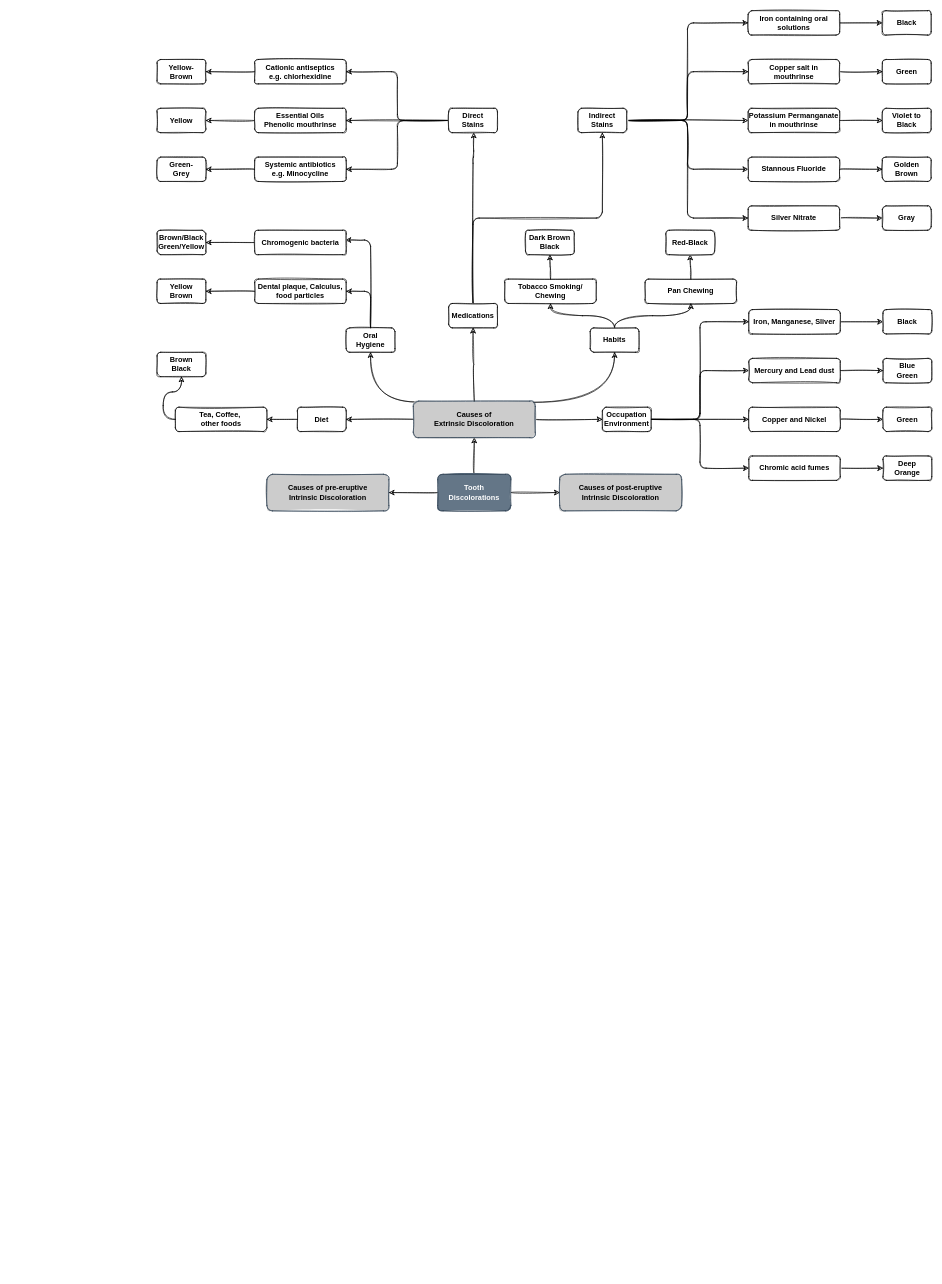
The draw.io diagram page "Etiology" (2 of 2) of Tooth Discolorations.drawio in Muhammad-Nabeel-Sh/Clinical-Decision-Making, before the edit. Source tidied: cells renumbered, new cells numbered last; positions are measured from the earlier drawing's top-left corner, leaving out a move shared by most shapes. Both pictures are drawn from the tidied source at 61%, with x=0, y=0 at pixel (157, 10).
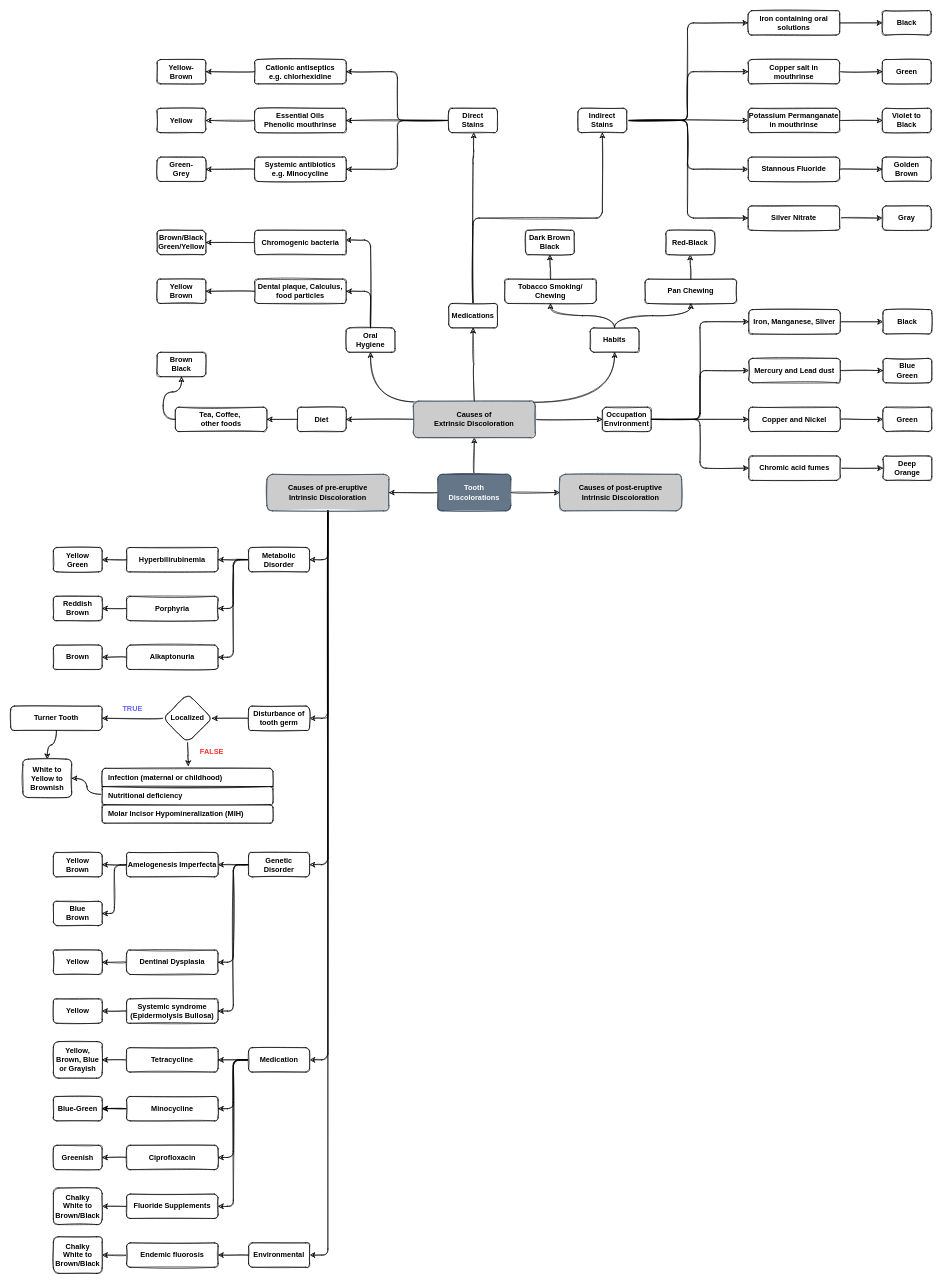
After the change.

Unchanged cells that the change refers to:
```xml
<mxCell id="12" value="Causes of pre-eruptive&lt;br&gt;Intrinsic Discoloration" style="rounded=1;whiteSpace=wrap;html=1;sketch=1;fontSize=12;fontStyle=1;fontFamily=Helvetica;glass=0;fillColor=#CCCCCC;fontColor=#000000;strokeColor=#314354;fillStyle=solid;shadow=0;" parent="1" vertex="1">
  <mxGeometry x="180" y="760" width="200" height="60" as="geometry" />
</mxCell>
```

What changed in the source:
```diff
@@
+    <mxCell id="91" style="edgeStyle=orthogonalEdgeStyle;jettySize=auto;html=1;entryX=1;entryY=0.5;entryDx=0;entryDy=0;rounded=1;sketch=1;" parent="1" edge="1" source="12" target="99">
+      <mxGeometry relative="1" as="geometry" />
+    </mxCell>
+    <mxCell id="92" style="edgeStyle=orthogonalEdgeStyle;sketch=1;jettySize=auto;html=1;entryX=1;entryY=0.5;entryDx=0;entryDy=0;rounded=1;" parent="1" edge="1" source="12" target="110">
+      <mxGeometry relative="1" as="geometry" />
+    </mxCell>
+    <mxCell id="93" style="edgeStyle=orthogonalEdgeStyle;rounded=1;sketch=1;jettySize=auto;html=1;entryX=1;entryY=0.5;entryDx=0;entryDy=0;" parent="1" edge="1" source="12" target="127">
+      <mxGeometry relative="1" as="geometry" />
+    </mxCell>
+    <mxCell id="94" style="edgeStyle=orthogonalEdgeStyle;rounded=1;sketch=1;jettySize=auto;html=1;entryX=1;entryY=0.5;entryDx=0;entryDy=0;" parent="1" edge="1" source="12" target="143">
+      <mxGeometry relative="1" as="geometry" />
+    </mxCell>
+    <mxCell id="95" style="edgeStyle=orthogonalEdgeStyle;rounded=1;sketch=1;jettySize=auto;html=1;entryX=1;entryY=0.5;entryDx=0;entryDy=0;" parent="1" edge="1" source="12" target="158">
+      <mxGeometry relative="1" as="geometry" />
+    </mxCell>
@@
+    <mxCell id="96" style="edgeStyle=orthogonalEdgeStyle;jettySize=auto;html=1;rounded=1;sketch=1;" parent="1" edge="1" source="99" target="101">
+      <mxGeometry relative="1" as="geometry" />
+    </mxCell>
+    <mxCell id="97" style="edgeStyle=orthogonalEdgeStyle;jettySize=auto;html=1;entryX=1;entryY=0.5;entryDx=0;entryDy=0;rounded=1;sketch=1;" parent="1" edge="1" source="99" target="104">
+      <mxGeometry relative="1" as="geometry" />
+    </mxCell>
+    <mxCell id="98" style="edgeStyle=orthogonalEdgeStyle;jettySize=auto;html=1;entryX=1;entryY=0.5;entryDx=0;entryDy=0;rounded=1;sketch=1;" parent="1" edge="1" source="99" target="107">
+      <mxGeometry relative="1" as="geometry" />
+    </mxCell>
+    <mxCell id="99" value="Metabolic Disorder" style="whiteSpace=wrap;html=1;rounded=1;sketch=1;fontStyle=1;" parent="1" vertex="1">
+      <mxGeometry x="150" y="880" width="100" height="40" as="geometry" />
+    </mxCell>
+    <mxCell id="100" style="edgeStyle=orthogonalEdgeStyle;jettySize=auto;html=1;sketch=1;curved=1;" parent="1" edge="1" source="101" target="102">
+      <mxGeometry relative="1" as="geometry" />
+    </mxCell>
+    <mxCell id="101" value="Hyperbilirubinemia" style="whiteSpace=wrap;html=1;rounded=1;sketch=1;fontStyle=1;" parent="1" vertex="1">
+      <mxGeometry x="-50" y="880" width="150" height="40" as="geometry" />
+    </mxCell>
+    <mxCell id="102" value="Yellow&lt;br&gt;Green" style="whiteSpace=wrap;html=1;rounded=1;sketch=1;fontStyle=1;" parent="1" vertex="1">
+      <mxGeometry x="-170" y="880" width="80" height="40" as="geometry" />
+    </mxCell>
+    <mxCell id="103" style="edgeStyle=orthogonalEdgeStyle;jettySize=auto;html=1;sketch=1;curved=1;" parent="1" edge="1" source="104" target="105">
+      <mxGeometry relative="1" as="geometry" />
+    </mxCell>
+    <mxCell id="104" value="Porphyria" style="whiteSpace=wrap;html=1;rounded=1;sketch=1;fontStyle=1;" parent="1" vertex="1">
+      <mxGeometry x="-50" y="960" width="150" height="40" as="geometry" />
+    </mxCell>
+    <mxCell id="105" value="Reddish Brown" style="whiteSpace=wrap;html=1;rounded=1;sketch=1;fontStyle=1;" parent="1" vertex="1">
+      <mxGeometry x="-170" y="960" width="80" height="40" as="geometry" />
+    </mxCell>
+    <mxCell id="106" style="edgeStyle=orthogonalEdgeStyle;jettySize=auto;html=1;sketch=1;curved=1;" parent="1" edge="1" source="107" target="108">
+      <mxGeometry relative="1" as="geometry" />
+    </mxCell>
+    <mxCell id="107" value="Alkaptonuria" style="whiteSpace=wrap;html=1;rounded=1;sketch=1;fontStyle=1;" parent="1" vertex="1">
+      <mxGeometry x="-50" y="1040" width="150" height="40" as="geometry" />
+    </mxCell>
+    <mxCell id="108" value="Brown" style="whiteSpace=wrap;html=1;rounded=1;sketch=1;fontStyle=1;" parent="1" vertex="1">
+      <mxGeometry x="-170" y="1040" width="80" height="40" as="geometry" />
+    </mxCell>
+    <mxCell id="109" style="edgeStyle=orthogonalEdgeStyle;curved=1;sketch=1;jettySize=auto;html=1;" parent="1" edge="1" source="110" target="113">
+      <mxGeometry relative="1" as="geometry" />
+    </mxCell>
+    <mxCell id="110" value="Disturbance of tooth germ" style="whiteSpace=wrap;html=1;rounded=1;sketch=1;fontStyle=1;" parent="1" vertex="1">
+      <mxGeometry x="150" y="1140" width="100" height="40" as="geometry" />
+    </mxCell>
+    <mxCell id="111" style="edgeStyle=orthogonalEdgeStyle;curved=1;sketch=1;jettySize=auto;html=1;" parent="1" edge="1" source="113" target="117">
+      <mxGeometry relative="1" as="geometry" />
+    </mxCell>
+    <mxCell id="112" style="edgeStyle=orthogonalEdgeStyle;curved=1;sketch=1;jettySize=auto;html=1;entryX=0.504;entryY=-0.042;entryDx=0;entryDy=0;entryPerimeter=0;" parent="1" edge="1" source="113" target="118">
+      <mxGeometry relative="1" as="geometry" />
+    </mxCell>
+    <mxCell id="113" value="Localized" style="rhombus;whiteSpace=wrap;html=1;rounded=1;sketch=1;fontSize=12;fontStyle=1;fontFamily=Helvetica;" parent="1" vertex="1">
+      <mxGeometry x="10" y="1120" width="80" height="80" as="geometry" />
+    </mxCell>
+    <mxCell id="114" value="TRUE" style="text;html=1;strokeColor=none;fillColor=none;align=center;verticalAlign=middle;whiteSpace=wrap;rounded=0;sketch=1;fontFamily=Helvetica;fontSize=12;fontStyle=1;fontColor=#6666FF;labelBackgroundColor=none;labelBorderColor=none;" parent="1" vertex="1">
+      <mxGeometry x="-70" y="1130" width="60" height="30" as="geometry" />
+    </mxCell>
+    <mxCell id="115" value="FALSE" style="text;html=1;strokeColor=none;fillColor=none;align=center;verticalAlign=middle;whiteSpace=wrap;rounded=0;sketch=1;fontFamily=Helvetica;fontSize=12;fontStyle=1;fontColor=#FF3333;labelBackgroundColor=none;labelBorderColor=none;" parent="1" vertex="1">
+      <mxGeometry x="60" y="1200" width="60" height="30" as="geometry" />
+    </mxCell>
+    <mxCell id="116" style="edgeStyle=orthogonalEdgeStyle;curved=1;sketch=1;jettySize=auto;html=1;entryX=0.5;entryY=0;entryDx=0;entryDy=0;" parent="1" edge="1" source="117" target="123">
+      <mxGeometry relative="1" as="geometry" />
+    </mxCell>
+    <mxCell id="117" value="Turner Tooth" style="whiteSpace=wrap;html=1;rounded=1;sketch=1;fontStyle=1;" parent="1" vertex="1">
+      <mxGeometry x="-240" y="1140" width="150" height="40" as="geometry" />
+    </mxCell>
+    <mxCell id="118" style="html=1;shadow=0;dashed=0;shape=mxgraph.bootstrap.rrect;rSize=5;html=1;whiteSpace=wrap;rounded=1;sketch=1;fontFamily=Helvetica;fontSize=12;fontStyle=0;" parent="1" vertex="1">
+      <mxGeometry x="-90" y="1242" width="280" height="90" as="geometry" />
+    </mxCell>
+    <mxCell id="119" value="Infection (maternal or childhood)" style="strokeColor=inherit;fillColor=inherit;gradientColor=inherit;fontColor=inherit;html=1;shadow=0;dashed=0;shape=mxgraph.bootstrap.topButton;rSize=5;perimeter=none;whiteSpace=wrap;align=left;spacing=10;rounded=1;sketch=1;fontFamily=Helvetica;fontSize=12;fontStyle=1;" parent="118" vertex="1">
+      <mxGeometry width="280" height="30" relative="1" as="geometry" />
+    </mxCell>
+    <mxCell id="120" value="Nutritional deficiency" style="strokeColor=inherit;fillColor=inherit;gradientColor=inherit;fontColor=inherit;html=1;shadow=0;dashed=0;perimeter=none;whiteSpace=wrap;align=left;spacing=10;rounded=1;sketch=1;fontFamily=Helvetica;fontSize=12;fontStyle=1;" parent="118" vertex="1">
+      <mxGeometry width="280" height="30" relative="1" as="geometry">
+        <mxPoint y="30" as="offset" />
+      </mxGeometry>
+    </mxCell>
+    <mxCell id="121" value="Molar Incisor Hypomineralization (MIH)" style="strokeColor=inherit;fillColor=inherit;gradientColor=inherit;fontColor=inherit;html=1;shadow=0;dashed=0;perimeter=none;whiteSpace=wrap;align=left;spacing=10;rounded=1;sketch=1;fontFamily=Helvetica;fontSize=12;fontStyle=1;" parent="118" vertex="1">
+      <mxGeometry width="280" height="30" relative="1" as="geometry">
+        <mxPoint y="60" as="offset" />
+      </mxGeometry>
+    </mxCell>
+    <mxCell id="122" style="edgeStyle=orthogonalEdgeStyle;curved=1;sketch=1;jettySize=auto;html=1;entryX=1;entryY=0.5;entryDx=0;entryDy=0;exitX=-0.008;exitY=0.424;exitDx=0;exitDy=0;exitPerimeter=0;" parent="118" edge="1" source="120" target="123">
+      <mxGeometry relative="1" as="geometry" />
+    </mxCell>
+    <mxCell id="123" value="White to Yellow to Brownish" style="whiteSpace=wrap;html=1;rounded=1;sketch=1;fontStyle=1;" parent="1" vertex="1">
+      <mxGeometry x="-220" y="1227" width="80" height="63" as="geometry" />
+    </mxCell>
+    <mxCell id="124" style="edgeStyle=orthogonalEdgeStyle;jettySize=auto;html=1;rounded=1;sketch=1;" parent="1" edge="1" source="127" target="130">
+      <mxGeometry relative="1" as="geometry" />
+    </mxCell>
+    <mxCell id="125" style="edgeStyle=orthogonalEdgeStyle;jettySize=auto;html=1;entryX=1;entryY=0.5;entryDx=0;entryDy=0;rounded=1;sketch=1;" parent="1" edge="1" source="127" target="134">
+      <mxGeometry relative="1" as="geometry" />
+    </mxCell>
+    <mxCell id="126" style="edgeStyle=orthogonalEdgeStyle;rounded=1;sketch=1;jettySize=auto;html=1;entryX=1;entryY=0.5;entryDx=0;entryDy=0;" parent="1" edge="1" source="127" target="137">
+      <mxGeometry relative="1" as="geometry" />
+    </mxCell>
+    <mxCell id="127" value="Genetic &lt;br&gt;Disorder" style="whiteSpace=wrap;html=1;rounded=1;sketch=1;fontStyle=1;" parent="1" vertex="1">
+      <mxGeometry x="150" y="1380" width="100" height="40" as="geometry" />
+    </mxCell>
+    <mxCell id="128" style="edgeStyle=orthogonalEdgeStyle;jettySize=auto;html=1;sketch=1;curved=1;" parent="1" edge="1" source="130" target="131">
+      <mxGeometry relative="1" as="geometry" />
+    </mxCell>
+    <mxCell id="129" style="edgeStyle=orthogonalEdgeStyle;rounded=1;sketch=1;jettySize=auto;html=1;entryX=1;entryY=0.5;entryDx=0;entryDy=0;" parent="1" edge="1" source="130" target="132">
+      <mxGeometry relative="1" as="geometry" />
+    </mxCell>
+    <mxCell id="130" value="Amelogenesis Imperfecta" style="whiteSpace=wrap;html=1;rounded=1;sketch=1;fontStyle=1;" parent="1" vertex="1">
+      <mxGeometry x="-50" y="1380" width="150" height="40" as="geometry" />
+    </mxCell>
+    <mxCell id="131" value="Yellow &lt;br&gt;Brown" style="whiteSpace=wrap;html=1;rounded=1;sketch=1;fontStyle=1;" parent="1" vertex="1">
+      <mxGeometry x="-170" y="1380" width="80" height="40" as="geometry" />
+    </mxCell>
+    <mxCell id="132" value="Blue &lt;br&gt;Brown" style="whiteSpace=wrap;html=1;rounded=1;sketch=1;fontStyle=1;" parent="1" vertex="1">
+      <mxGeometry x="-170" y="1460" width="80" height="40" as="geometry" />
+    </mxCell>
+    <mxCell id="133" style="edgeStyle=orthogonalEdgeStyle;jettySize=auto;html=1;sketch=1;curved=1;" parent="1" edge="1" source="134" target="135">
+      <mxGeometry relative="1" as="geometry" />
+    </mxCell>
+    <mxCell id="134" value="Dentinal Dysplasia" style="whiteSpace=wrap;html=1;rounded=1;sketch=1;fontStyle=1;" parent="1" vertex="1">
+      <mxGeometry x="-50" y="1540" width="150" height="40" as="geometry" />
+    </mxCell>
+    <mxCell id="135" value="Yellow" style="whiteSpace=wrap;html=1;rounded=1;sketch=1;fontStyle=1;" parent="1" vertex="1">
+      <mxGeometry x="-170" y="1540" width="80" height="40" as="geometry" />
+    </mxCell>
+    <mxCell id="136" style="edgeStyle=orthogonalEdgeStyle;jettySize=auto;html=1;sketch=1;curved=1;" parent="1" edge="1" source="137" target="138">
+      <mxGeometry relative="1" as="geometry" />
+    </mxCell>
+    <mxCell id="137" value="Systemic syndrome&lt;br&gt;(Epidermolysis Bullosa)" style="whiteSpace=wrap;html=1;rounded=1;sketch=1;fontStyle=1;" parent="1" vertex="1">
+      <mxGeometry x="-50" y="1620" width="150" height="40" as="geometry" />
+    </mxCell>
+    <mxCell id="138" value="Yellow" style="whiteSpace=wrap;html=1;rounded=1;sketch=1;fontStyle=1;" parent="1" vertex="1">
+      <mxGeometry x="-170" y="1620" width="80" height="40" as="geometry" />
+    </mxCell>
+    <mxCell id="139" style="edgeStyle=orthogonalEdgeStyle;jettySize=auto;html=1;rounded=1;sketch=1;" parent="1" edge="1" source="143" target="145">
+      <mxGeometry relative="1" as="geometry" />
+    </mxCell>
+    <mxCell id="140" style="edgeStyle=orthogonalEdgeStyle;jettySize=auto;html=1;entryX=1;entryY=0.5;entryDx=0;entryDy=0;rounded=1;sketch=1;" parent="1" edge="1" source="143" target="149">
+      <mxGeometry relative="1" as="geometry" />
+    </mxCell>
+    <mxCell id="141" style="edgeStyle=orthogonalEdgeStyle;jettySize=auto;html=1;entryX=1;entryY=0.5;entryDx=0;entryDy=0;rounded=1;sketch=1;" parent="1" edge="1" source="143" target="151">
+      <mxGeometry relative="1" as="geometry" />
+    </mxCell>
+    <mxCell id="142" style="edgeStyle=orthogonalEdgeStyle;rounded=1;sketch=1;jettySize=auto;html=1;entryX=1;entryY=0.5;entryDx=0;entryDy=0;" parent="1" edge="1" source="143" target="154">
+      <mxGeometry relative="1" as="geometry" />
+    </mxCell>
+    <mxCell id="143" value="Medication" style="whiteSpace=wrap;html=1;rounded=1;sketch=1;fontStyle=1;" parent="1" vertex="1">
+      <mxGeometry x="150" y="1700" width="100" height="40" as="geometry" />
+    </mxCell>
+    <mxCell id="144" style="edgeStyle=orthogonalEdgeStyle;jettySize=auto;html=1;sketch=1;curved=1;" parent="1" edge="1" source="145" target="146">
+      <mxGeometry relative="1" as="geometry" />
+    </mxCell>
+    <mxCell id="145" value="Tetracycline" style="whiteSpace=wrap;html=1;rounded=1;sketch=1;fontStyle=1;" parent="1" vertex="1">
+      <mxGeometry x="-50" y="1700" width="150" height="40" as="geometry" />
+    </mxCell>
+    <mxCell id="146" value="Yellow, Brown, Blue or Grayish" style="whiteSpace=wrap;html=1;rounded=1;sketch=1;fontStyle=1;" parent="1" vertex="1">
+      <mxGeometry x="-170" y="1690" width="80" height="60" as="geometry" />
+    </mxCell>
+    <mxCell id="147" style="edgeStyle=orthogonalEdgeStyle;rounded=1;sketch=1;jettySize=auto;html=1;" parent="1" edge="1" source="149" target="156">
+      <mxGeometry relative="1" as="geometry" />
+    </mxCell>
+    <mxCell id="148" style="edgeStyle=orthogonalEdgeStyle;rounded=1;sketch=1;jettySize=auto;html=1;" parent="1" edge="1" source="149" target="156">
+      <mxGeometry relative="1" as="geometry" />
+    </mxCell>
+    <mxCell id="149" value="Minocycline" style="whiteSpace=wrap;html=1;rounded=1;sketch=1;fontStyle=1;" parent="1" vertex="1">
+      <mxGeometry x="-50" y="1780" width="150" height="40" as="geometry" />
+    </mxCell>
+    <mxCell id="150" style="edgeStyle=orthogonalEdgeStyle;jettySize=auto;html=1;sketch=1;curved=1;" parent="1" edge="1" source="151" target="152">
+      <mxGeometry relative="1" as="geometry" />
+    </mxCell>
+    <mxCell id="151" value="Ciprofloxacin" style="whiteSpace=wrap;html=1;rounded=1;sketch=1;fontStyle=1;" parent="1" vertex="1">
+      <mxGeometry x="-50" y="1860" width="150" height="40" as="geometry" />
+    </mxCell>
+    <mxCell id="152" value="Greenish" style="whiteSpace=wrap;html=1;rounded=1;sketch=1;fontStyle=1;" parent="1" vertex="1">
+      <mxGeometry x="-170" y="1860" width="80" height="40" as="geometry" />
+    </mxCell>
+    <mxCell id="153" style="edgeStyle=orthogonalEdgeStyle;jettySize=auto;html=1;sketch=1;curved=1;" parent="1" edge="1" source="154" target="155">
+      <mxGeometry relative="1" as="geometry" />
+    </mxCell>
+    <mxCell id="154" value="Fluoride Supplements" style="whiteSpace=wrap;html=1;rounded=1;sketch=1;fontStyle=1;" parent="1" vertex="1">
+      <mxGeometry x="-50" y="1940" width="150" height="40" as="geometry" />
+    </mxCell>
+    <mxCell id="155" value="Chalky &lt;br&gt;White to Brown/Black" style="whiteSpace=wrap;html=1;rounded=1;sketch=1;fontStyle=1;" parent="1" vertex="1">
+      <mxGeometry x="-170" y="1930" width="80" height="60" as="geometry" />
+    </mxCell>
+    <mxCell id="156" value="Blue-Green" style="whiteSpace=wrap;html=1;rounded=1;sketch=1;fontStyle=1;" parent="1" vertex="1">
+      <mxGeometry x="-170" y="1780" width="80" height="40" as="geometry" />
+    </mxCell>
+    <mxCell id="157" style="edgeStyle=orthogonalEdgeStyle;jettySize=auto;html=1;rounded=1;sketch=1;" parent="1" edge="1" source="158" target="160">
+      <mxGeometry relative="1" as="geometry" />
+    </mxCell>
+    <mxCell id="158" value="Environmental" style="whiteSpace=wrap;html=1;rounded=1;sketch=1;fontStyle=1;" parent="1" vertex="1">
+      <mxGeometry x="150" y="2020" width="100" height="40" as="geometry" />
+    </mxCell>
+    <mxCell id="159" style="edgeStyle=orthogonalEdgeStyle;jettySize=auto;html=1;sketch=1;curved=1;" parent="1" edge="1" source="160" target="161">
+      <mxGeometry relative="1" as="geometry" />
+    </mxCell>
+    <mxCell id="160" value="Endemic fluorosis" style="whiteSpace=wrap;html=1;rounded=1;sketch=1;fontStyle=1;" parent="1" vertex="1">
+      <mxGeometry x="-50" y="2020" width="150" height="40" as="geometry" />
+    </mxCell>
+    <mxCell id="161" value="Chalky&lt;br&gt;White to Brown/Black" style="whiteSpace=wrap;html=1;rounded=1;sketch=1;fontStyle=1;" parent="1" vertex="1">
+      <mxGeometry x="-170" y="2010" width="80" height="60" as="geometry" />
+    </mxCell>
```
